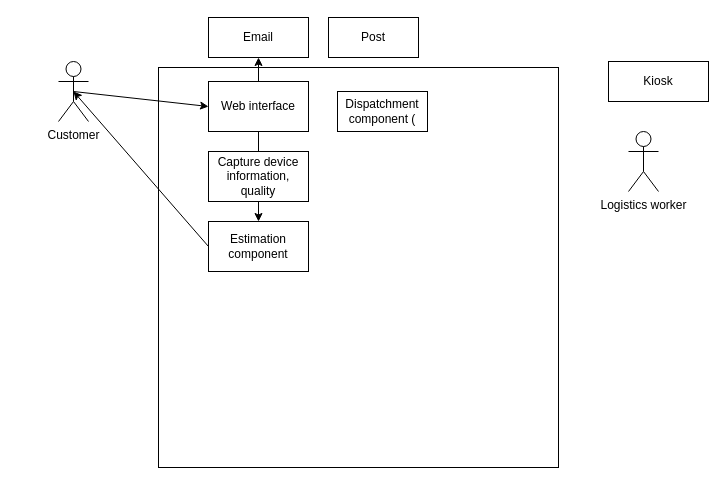
Above: diagrams/context.drawio in tsdicloud/arcdoc-template (draw.io), before the change. Source tidied: cells renumbered, new cells numbered last; positions are measured from the earlier drawing's top-left corner, leaving out a move shared by most shapes. Both pictures are drawn from the tidied source at 100%, with x=0, y=0 at pixel (58, 17).
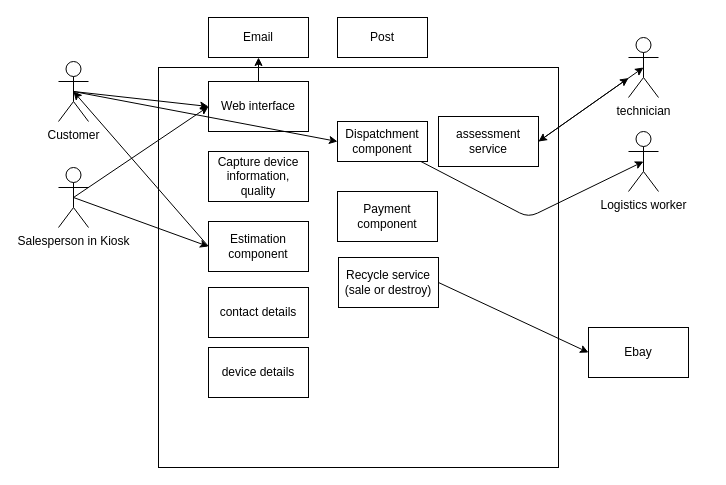
After the change.

Commit message (it also covers changes not shown here):
system context

The change refers to these unchanged cells:
```xml
<mxCell id="6" value="Web interface" style="rounded=0;whiteSpace=wrap;html=1;" parent="1" vertex="1">
  <mxGeometry x="150" y="64" width="100" height="50" as="geometry" />
</mxCell>
<mxCell id="7" value="Customer" style="shape=umlActor;verticalLabelPosition=bottom;verticalAlign=top;html=1;outlineConnect=0;" parent="1" vertex="1">
  <mxGeometry y="44" width="30" height="60" as="geometry" />
</mxCell>
<mxCell id="9" value="Estimation component" style="rounded=0;whiteSpace=wrap;html=1;" parent="1" vertex="1">
  <mxGeometry x="150" y="204" width="100" height="50" as="geometry" />
</mxCell>
<mxCell id="15" value="Logistics worker" style="shape=umlActor;verticalLabelPosition=bottom;verticalAlign=top;html=1;outlineConnect=0;" parent="1" vertex="1">
  <mxGeometry x="570" y="114" width="30" height="60" as="geometry" />
</mxCell>
```

What changed in the source:
```diff
@@
-    <mxCell id="3" value="Kiosk" style="rounded=0;whiteSpace=wrap;html=1;" parent="1" vertex="1">
-      <mxGeometry x="550" y="44" width="100" height="40" as="geometry" />
-    </mxCell>
@@
-    <mxCell id="5" style="edgeStyle=none;html=1;" parent="1" edge="1" source="6" target="9">
-      <mxGeometry relative="1" as="geometry" />
-    </mxCell>
@@
     <mxCell id="13" value="Post" style="rounded=0;whiteSpace=wrap;html=1;" parent="1" vertex="1">
-      <mxGeometry x="270" width="90" height="40" as="geometry" />
+      <mxGeometry x="279" width="90" height="40" as="geometry" />
     </mxCell>
-    <mxCell id="14" value="Dispatchment component (" style="rounded=0;whiteSpace=wrap;html=1;" parent="1" vertex="1">
-      <mxGeometry x="279" y="74" width="90" height="40" as="geometry" />
+    <mxCell id="14" value="Dispatchment component" style="rounded=0;whiteSpace=wrap;html=1;" parent="1" vertex="1">
+      <mxGeometry x="279" y="104" width="90" height="40" as="geometry" />
     </mxCell>
@@
+    <mxCell id="16" value="Salesperson in Kiosk" style="shape=umlActor;verticalLabelPosition=bottom;verticalAlign=top;html=1;outlineConnect=0;" parent="1" vertex="1">
+      <mxGeometry y="150" width="30" height="60" as="geometry" />
+    </mxCell>
+    <mxCell id="17" value="technician" style="shape=umlActor;verticalLabelPosition=bottom;verticalAlign=top;html=1;outlineConnect=0;" parent="1" vertex="1">
+      <mxGeometry x="570" y="20" width="30" height="60" as="geometry" />
+    </mxCell>
+    <mxCell id="18" value="contact details" style="rounded=0;whiteSpace=wrap;html=1;" parent="1" vertex="1">
+      <mxGeometry x="150" y="270" width="100" height="50" as="geometry" />
+    </mxCell>
+    <mxCell id="19" value="device details" style="rounded=0;whiteSpace=wrap;html=1;" parent="1" vertex="1">
+      <mxGeometry x="150" y="330" width="100" height="50" as="geometry" />
+    </mxCell>
+    <mxCell id="20" style="endArrow=classic;html=1;exitX=0.5;exitY=0.5;exitDx=0;exitDy=0;exitPerimeter=0;entryX=0;entryY=0.5;entryDx=0;entryDy=0;" parent="1" edge="1" source="7" target="14">
+      <mxGeometry relative="1" as="geometry" />
+    </mxCell>
+    <mxCell id="21" value="assessment service" style="rounded=0;whiteSpace=wrap;html=1;" parent="1" vertex="1">
+      <mxGeometry x="380" y="99" width="100" height="50" as="geometry" />
+    </mxCell>
+    <mxCell id="22" style="endArrow=classic;html=1;exitX=1;exitY=0.5;exitDx=0;exitDy=0;" parent="1" edge="1" source="21" target="17">
+      <mxGeometry relative="1" as="geometry" />
+    </mxCell>
+    <mxCell id="23" style="endArrow=classic;startArrow=classic;html=1;entryX=0.5;entryY=0.5;entryDx=0;entryDy=0;entryPerimeter=0;exitX=1;exitY=0.5;exitDx=0;exitDy=0;" parent="1" edge="1" source="21" target="17">
+      <mxGeometry relative="1" as="geometry" />
+    </mxCell>
+    <mxCell id="24" style="endArrow=classic;html=1;entryX=0.5;entryY=0.5;entryDx=0;entryDy=0;entryPerimeter=0;" parent="1" edge="1" source="14" target="15">
+      <mxGeometry relative="1" as="geometry">
+        <Array as="points">
+          <mxPoint x="470" y="200" />
+        </Array>
+      </mxGeometry>
+    </mxCell>
+    <mxCell id="25" value="Payment component" style="rounded=0;whiteSpace=wrap;html=1;" parent="1" vertex="1">
+      <mxGeometry x="279" y="174" width="100" height="50" as="geometry" />
+    </mxCell>
+    <mxCell id="26" value="Recycle service (sale or destroy)" style="rounded=0;whiteSpace=wrap;html=1;" parent="1" vertex="1">
+      <mxGeometry x="280" y="240" width="100" height="50" as="geometry" />
+    </mxCell>
+    <mxCell id="27" value="Ebay" style="rounded=0;whiteSpace=wrap;html=1;" parent="1" vertex="1">
+      <mxGeometry x="530" y="310" width="100" height="50" as="geometry" />
+    </mxCell>
+    <mxCell id="28" style="endArrow=classic;html=1;exitX=1;exitY=0.5;exitDx=0;exitDy=0;entryX=0;entryY=0.5;entryDx=0;entryDy=0;" parent="1" edge="1" source="26" target="27">
+      <mxGeometry relative="1" as="geometry" />
+    </mxCell>
+    <mxCell id="29" style="endArrow=classic;html=1;exitX=0.5;exitY=0.5;exitDx=0;exitDy=0;exitPerimeter=0;entryX=0;entryY=0.5;entryDx=0;entryDy=0;" parent="1" edge="1" source="16" target="6">
+      <mxGeometry relative="1" as="geometry" />
+    </mxCell>
+    <mxCell id="30" style="endArrow=classic;html=1;exitX=0.5;exitY=0.5;exitDx=0;exitDy=0;exitPerimeter=0;entryX=0;entryY=0.5;entryDx=0;entryDy=0;" parent="1" edge="1" source="16" target="9">
+      <mxGeometry relative="1" as="geometry" />
+    </mxCell>
```
